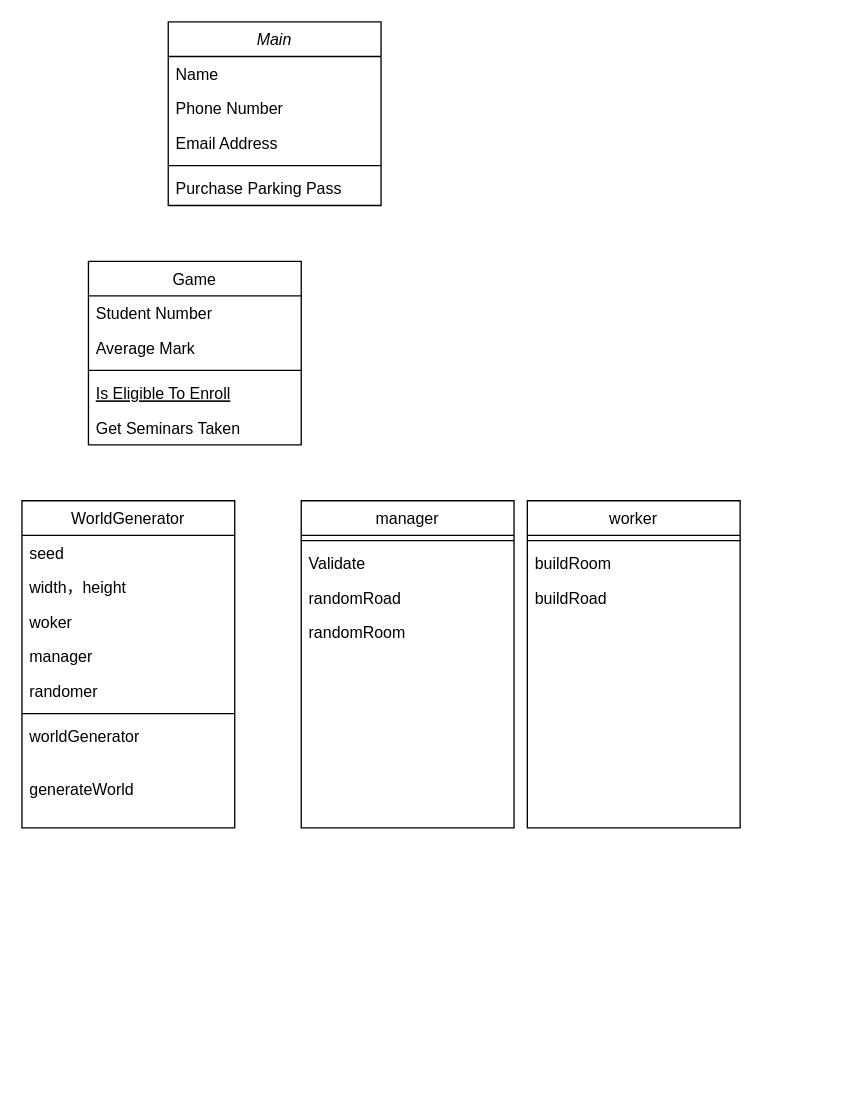
Above: project2.drawio in Elmons/draw (draw.io), before the change. Source tidied: cells renumbered, new cells numbered last; positions are measured from the earlier drawing's top-left corner, leaving out a move shared by most shapes. Both pictures are drawn from the tidied source at 133%, with x=0, y=0 at pixel (21, 21).
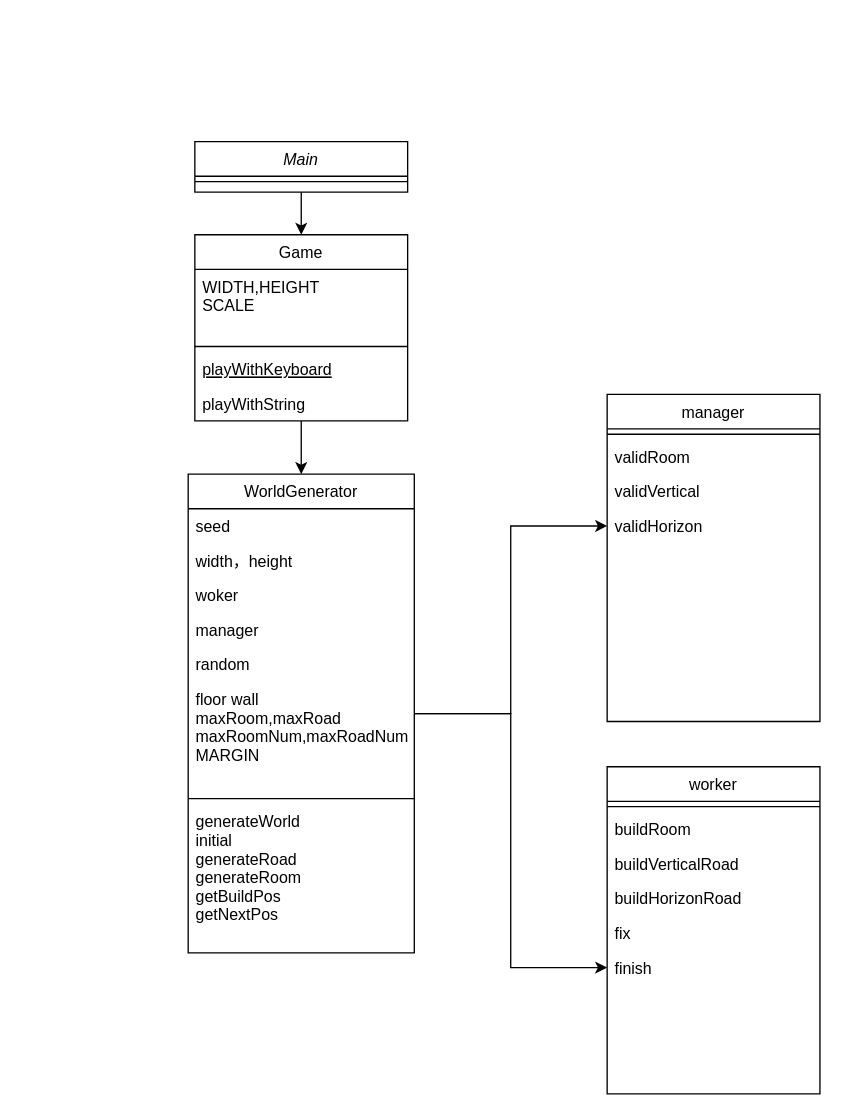
After the change.

The edit, as a diff of the source:
```diff
@@
+    <mxCell id="32" style="edgeStyle=orthogonalEdgeStyle;rounded=0;jettySize=auto;html=1;entryX=0.5;entryY=0;entryDx=0;entryDy=0;" parent="1" edge="1" source="2" target="8">
+      <mxGeometry relative="1" as="geometry" />
+    </mxCell>
     <mxCell id="2" value="Main" style="swimlane;fontStyle=2;align=center;verticalAlign=top;horizontal=1;startSize=26;rounded=0;shadow=0;strokeWidth=1;" parent="1" vertex="1">
-      <mxGeometry x="110" width="160" height="138" as="geometry" />
+      <mxGeometry x="130" y="90" width="160" height="38" as="geometry" />
     </mxCell>
-    <mxCell id="3" value="Name" style="text;align=left;verticalAlign=top;spacingLeft=4;spacingRight=4;overflow=hidden;" parent="2" vertex="1">
-      <mxGeometry y="26" width="160" height="26" as="geometry" />
-    </mxCell>
-    <mxCell id="4" value="Phone Number" style="text;align=left;verticalAlign=top;spacingLeft=4;spacingRight=4;overflow=hidden;rounded=0;shadow=0;html=0;" parent="2" vertex="1">
-      <mxGeometry y="52" width="160" height="26" as="geometry" />
-    </mxCell>
-    <mxCell id="5" value="Email Address" style="text;align=left;verticalAlign=top;spacingLeft=4;spacingRight=4;overflow=hidden;rounded=0;shadow=0;html=0;" parent="2" vertex="1">
-      <mxGeometry y="78" width="160" height="26" as="geometry" />
-    </mxCell>
     <mxCell id="6" style="line;html=1;strokeWidth=1;align=left;verticalAlign=middle;spacingTop=-1;spacingLeft=3;spacingRight=3;labelPosition=right;" parent="2" vertex="1">
-      <mxGeometry y="104" width="160" height="8" as="geometry" />
+      <mxGeometry y="26" width="160" height="8" as="geometry" />
     </mxCell>
-    <mxCell id="7" value="Purchase Parking Pass" style="text;align=left;verticalAlign=top;spacingLeft=4;spacingRight=4;overflow=hidden;" parent="2" vertex="1">
-      <mxGeometry y="112" width="160" height="26" as="geometry" />
-    </mxCell>
+    <mxCell id="33" style="edgeStyle=orthogonalEdgeStyle;rounded=0;jettySize=auto;html=1;entryX=0.5;entryY=0;entryDx=0;entryDy=0;" parent="1" edge="1" source="8" target="14">
+      <mxGeometry relative="1" as="geometry" />
+    </mxCell>
     <mxCell id="8" value="Game" style="swimlane;fontStyle=0;align=center;verticalAlign=top;horizontal=1;startSize=26;rounded=0;shadow=0;strokeWidth=1;" parent="1" vertex="1">
-      <mxGeometry x="50" y="180" width="160" height="138" as="geometry" />
+      <mxGeometry x="130" y="160" width="160" height="140" as="geometry" />
     </mxCell>
-    <mxCell id="9" value="Student Number" style="text;align=left;verticalAlign=top;spacingLeft=4;spacingRight=4;overflow=hidden;" parent="8" vertex="1">
-      <mxGeometry y="26" width="160" height="26" as="geometry" />
+    <mxCell id="9" value="WIDTH,HEIGHT&#10;SCALE&#10;" style="text;align=left;verticalAlign=top;spacingLeft=4;spacingRight=4;overflow=hidden;" parent="8" vertex="1">
+      <mxGeometry y="26" width="160" height="54" as="geometry" />
     </mxCell>
-    <mxCell id="10" value="Average Mark" style="text;align=left;verticalAlign=top;spacingLeft=4;spacingRight=4;overflow=hidden;rounded=0;shadow=0;html=0;" parent="8" vertex="1">
-      <mxGeometry y="52" width="160" height="26" as="geometry" />
-    </mxCell>
     <mxCell id="11" style="line;html=1;strokeWidth=1;align=left;verticalAlign=middle;spacingTop=-1;spacingLeft=3;spacingRight=3;labelPosition=right;" parent="8" vertex="1">
-      <mxGeometry y="78" width="160" height="8" as="geometry" />
+      <mxGeometry y="80" width="160" height="8" as="geometry" />
     </mxCell>
-    <mxCell id="12" value="Is Eligible To Enroll" style="text;align=left;verticalAlign=top;spacingLeft=4;spacingRight=4;overflow=hidden;fontStyle=4;" parent="8" vertex="1">
-      <mxGeometry y="86" width="160" height="26" as="geometry" />
+    <mxCell id="12" value="playWithKeyboard" style="text;align=left;verticalAlign=top;spacingLeft=4;spacingRight=4;overflow=hidden;fontStyle=4;" parent="8" vertex="1">
+      <mxGeometry y="88" width="160" height="26" as="geometry" />
     </mxCell>
-    <mxCell id="13" value="Get Seminars Taken" style="text;align=left;verticalAlign=top;spacingLeft=4;spacingRight=4;overflow=hidden;" parent="8" vertex="1">
-      <mxGeometry y="112" width="160" height="26" as="geometry" />
+    <mxCell id="13" value="playWithString" style="text;align=left;verticalAlign=top;spacingLeft=4;spacingRight=4;overflow=hidden;" parent="8" vertex="1">
+      <mxGeometry y="114" width="160" height="26" as="geometry" />
     </mxCell>
+    <mxCell id="34" style="edgeStyle=orthogonalEdgeStyle;rounded=0;jettySize=auto;html=1;entryX=0;entryY=0.5;entryDx=0;entryDy=0;" parent="1" edge="1" source="14" target="27">
+      <mxGeometry relative="1" as="geometry" />
+    </mxCell>
+    <mxCell id="35" style="edgeStyle=orthogonalEdgeStyle;rounded=0;jettySize=auto;html=1;entryX=0;entryY=0.5;entryDx=0;entryDy=0;" parent="1" edge="1" source="14" target="39">
+      <mxGeometry relative="1" as="geometry" />
+    </mxCell>
     <mxCell id="14" value="WorldGenerator" style="swimlane;fontStyle=0;align=center;verticalAlign=top;horizontal=1;startSize=26;rounded=0;shadow=0;strokeWidth=1;" parent="1" vertex="1">
-      <mxGeometry y="360" width="160" height="246" as="geometry" />
+      <mxGeometry x="125" y="340" width="170" height="360" as="geometry" />
     </mxCell>
     <mxCell id="15" value="seed" style="text;align=left;verticalAlign=top;spacingLeft=4;spacingRight=4;overflow=hidden;" parent="14" vertex="1">
-      <mxGeometry y="26" width="160" height="26" as="geometry" />
+      <mxGeometry y="26" width="170" height="26" as="geometry" />
     </mxCell>
     <mxCell id="16" value="width，height" style="text;align=left;verticalAlign=top;spacingLeft=4;spacingRight=4;overflow=hidden;rounded=0;shadow=0;html=0;" parent="14" vertex="1">
-      <mxGeometry y="52" width="160" height="26" as="geometry" />
+      <mxGeometry y="52" width="170" height="26" as="geometry" />
     </mxCell>
     <mxCell id="17" value="woker" style="text;align=left;verticalAlign=top;spacingLeft=4;spacingRight=4;overflow=hidden;rounded=0;shadow=0;html=0;" parent="14" vertex="1">
-      <mxGeometry y="78" width="160" height="26" as="geometry" />
+      <mxGeometry y="78" width="170" height="26" as="geometry" />
     </mxCell>
     <mxCell id="18" value="manager" style="text;align=left;verticalAlign=top;spacingLeft=4;spacingRight=4;overflow=hidden;rounded=0;shadow=0;html=0;" parent="14" vertex="1">
-      <mxGeometry y="104" width="160" height="26" as="geometry" />
+      <mxGeometry y="104" width="170" height="26" as="geometry" />
     </mxCell>
-    <mxCell id="19" value="randomer" style="text;align=left;verticalAlign=top;spacingLeft=4;spacingRight=4;overflow=hidden;rounded=0;shadow=0;html=0;" parent="14" vertex="1">
-      <mxGeometry y="130" width="160" height="26" as="geometry" />
+    <mxCell id="19" value="random" style="text;align=left;verticalAlign=top;spacingLeft=4;spacingRight=4;overflow=hidden;rounded=0;shadow=0;html=0;" parent="14" vertex="1">
+      <mxGeometry y="130" width="170" height="26" as="geometry" />
     </mxCell>
+    <mxCell id="21" value="floor wall&#10;maxRoom,maxRoad&#10;maxRoomNum,maxRoadNum&#10;MARGIN&#10;&#10;" style="text;align=left;verticalAlign=top;spacingLeft=4;spacingRight=4;overflow=hidden;" parent="14" vertex="1">
+      <mxGeometry y="156" width="170" height="84" as="geometry" />
+    </mxCell>
     <mxCell id="20" style="line;html=1;strokeWidth=1;align=left;verticalAlign=middle;spacingTop=-1;spacingLeft=3;spacingRight=3;labelPosition=right;" parent="14" vertex="1">
-      <mxGeometry y="156" width="160" height="8" as="geometry" />
+      <mxGeometry y="240" width="170" height="8" as="geometry" />
     </mxCell>
-    <mxCell id="21" value="worldGenerator" style="text;align=left;verticalAlign=top;spacingLeft=4;spacingRight=4;overflow=hidden;" parent="14" vertex="1">
-      <mxGeometry y="164" width="160" height="40" as="geometry" />
-    </mxCell>
-    <mxCell id="22" value="generateWorld" style="text;align=left;verticalAlign=top;spacingLeft=4;spacingRight=4;overflow=hidden;" parent="14" vertex="1">
-      <mxGeometry y="204" width="160" height="26" as="geometry" />
-    </mxCell>
+    <mxCell id="36" value="generateWorld&#10;initial&#10;generateRoad&#10;generateRoom&#10;getBuildPos&#10;getNextPos&#10;" style="text;align=left;verticalAlign=top;spacingLeft=4;spacingRight=4;overflow=hidden;" parent="14" vertex="1">
+      <mxGeometry y="248" width="170" height="112" as="geometry" />
+    </mxCell>
     <mxCell id="23" value="manager" style="swimlane;fontStyle=0;align=center;verticalAlign=top;horizontal=1;startSize=26;rounded=0;shadow=0;strokeWidth=1;" parent="1" vertex="1">
-      <mxGeometry x="210" y="360" width="160" height="246" as="geometry" />
+      <mxGeometry x="440" y="280" width="160" height="246" as="geometry" />
     </mxCell>
@@
-    <mxCell id="25" value="Validate" style="text;align=left;verticalAlign=top;spacingLeft=4;spacingRight=4;overflow=hidden;" parent="23" vertex="1">
+    <mxCell id="25" value="validRoom" style="text;align=left;verticalAlign=top;spacingLeft=4;spacingRight=4;overflow=hidden;" parent="23" vertex="1">
       <mxGeometry y="34" width="160" height="26" as="geometry" />
     </mxCell>
-    <mxCell id="26" value="randomRoad" style="text;align=left;verticalAlign=top;spacingLeft=4;spacingRight=4;overflow=hidden;" parent="23" vertex="1">
+    <mxCell id="26" value="validVertical" style="text;align=left;verticalAlign=top;spacingLeft=4;spacingRight=4;overflow=hidden;" parent="23" vertex="1">
       <mxGeometry y="60" width="160" height="26" as="geometry" />
     </mxCell>
-    <mxCell id="27" value="randomRoom" style="text;align=left;verticalAlign=top;spacingLeft=4;spacingRight=4;overflow=hidden;points=[[0,0.5],[1,0.5]];portConstraint=eastwest;" parent="23" vertex="1">
+    <mxCell id="27" value="validHorizon" style="text;align=left;verticalAlign=top;spacingLeft=4;spacingRight=4;overflow=hidden;points=[[0,0.5],[1,0.5]];portConstraint=eastwest;" parent="23" vertex="1">
       <mxGeometry y="86" width="160" height="26" as="geometry" />
     </mxCell>
     <mxCell id="28" value="worker" style="swimlane;fontStyle=0;align=center;verticalAlign=top;horizontal=1;startSize=26;rounded=0;shadow=0;strokeWidth=1;" parent="1" vertex="1">
-      <mxGeometry x="380" y="360" width="160" height="246" as="geometry" />
+      <mxGeometry x="440" y="560" width="160" height="246" as="geometry" />
     </mxCell>
@@
-    <mxCell id="31" value="buildRoad" style="text;align=left;verticalAlign=top;spacingLeft=4;spacingRight=4;overflow=hidden;" parent="28" vertex="1">
+    <mxCell id="31" value="buildVerticalRoad    " style="text;align=left;verticalAlign=top;spacingLeft=4;spacingRight=4;overflow=hidden;" parent="28" vertex="1">
       <mxGeometry y="60" width="160" height="26" as="geometry" />
     </mxCell>
+    <mxCell id="37" value="buildHorizonRoad" style="text;align=left;verticalAlign=top;spacingLeft=4;spacingRight=4;overflow=hidden;" parent="28" vertex="1">
+      <mxGeometry y="86" width="160" height="26" as="geometry" />
+    </mxCell>
+    <mxCell id="38" value="fix" style="text;align=left;verticalAlign=top;spacingLeft=4;spacingRight=4;overflow=hidden;" parent="28" vertex="1">
+      <mxGeometry y="112" width="160" height="26" as="geometry" />
+    </mxCell>
+    <mxCell id="39" value="finish" style="text;align=left;verticalAlign=top;spacingLeft=4;spacingRight=4;overflow=hidden;points=[[0,0.5],[1,0.5]];portConstraint=eastwest;" parent="28" vertex="1">
+      <mxGeometry y="138" width="160" height="26" as="geometry" />
+    </mxCell>
```
